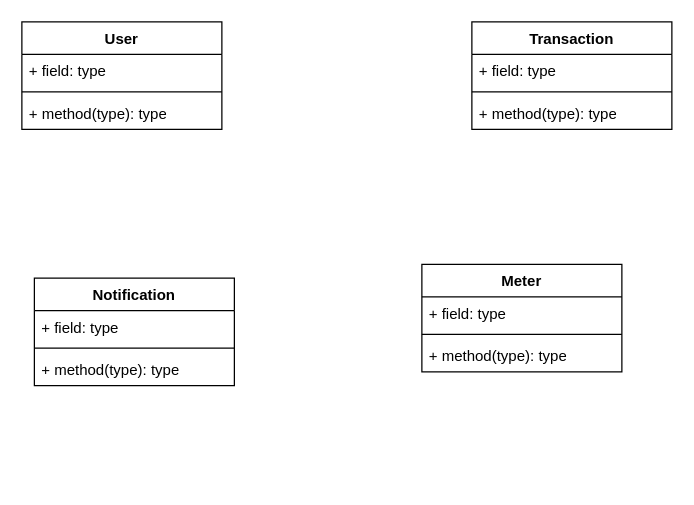
LeloKarma/website keeps this draw.io diagram as BillClass Diagram.drawio. Above is the earlier version. Source tidied: cells renumbered, new cells numbered last; positions are measured from the earlier drawing's top-left corner, leaving out a move shared by most shapes. Both pictures are drawn from the tidied source at 125%, with x=0, y=0 at pixel (21, 21).
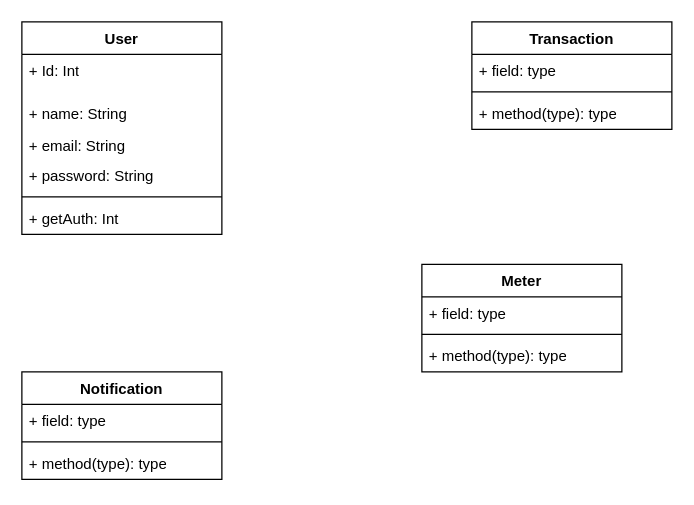
After the change.

The edit, as a diff of the source:
```diff
@@
     <mxCell id="2" value="User" style="swimlane;fontStyle=1;align=center;verticalAlign=top;horizontal=1;startSize=26;whiteSpace=wrap;html=1;" parent="1" vertex="1">
-      <mxGeometry width="160" height="86" as="geometry" />
+      <mxGeometry width="160" height="170" as="geometry" />
     </mxCell>
-    <mxCell id="3" value="+ field: type" style="text;strokeColor=none;fillColor=none;align=left;verticalAlign=top;spacingLeft=4;spacingRight=4;overflow=hidden;whiteSpace=wrap;html=1;" parent="2" vertex="1">
-      <mxGeometry y="26" width="160" height="26" as="geometry" />
+    <mxCell id="3" value="+ Id: Int" style="text;strokeColor=none;fillColor=none;align=left;verticalAlign=top;spacingLeft=4;spacingRight=4;overflow=hidden;whiteSpace=wrap;html=1;" parent="2" vertex="1">
+      <mxGeometry y="26" width="160" height="34" as="geometry" />
     </mxCell>
+    <mxCell id="18" value="+ name: String" style="text;strokeColor=none;fillColor=none;align=left;verticalAlign=top;spacingLeft=4;spacingRight=4;overflow=hidden;whiteSpace=wrap;html=1;" parent="2" vertex="1">
+      <mxGeometry y="60" width="160" height="26" as="geometry" />
+    </mxCell>
+    <mxCell id="5" value="+ email: String" style="text;strokeColor=none;fillColor=none;align=left;verticalAlign=top;spacingLeft=4;spacingRight=4;overflow=hidden;whiteSpace=wrap;html=1;" parent="2" vertex="1">
+      <mxGeometry y="86" width="160" height="24" as="geometry" />
+    </mxCell>
+    <mxCell id="19" value="+ password: String" style="text;strokeColor=none;fillColor=none;align=left;verticalAlign=top;spacingLeft=4;spacingRight=4;overflow=hidden;whiteSpace=wrap;html=1;" parent="2" vertex="1">
+      <mxGeometry y="110" width="160" height="26" as="geometry" />
+    </mxCell>
     <mxCell id="4" style="line;strokeWidth=1;fillColor=none;align=left;verticalAlign=middle;spacingTop=-1;spacingLeft=3;spacingRight=3;labelPosition=right;strokeColor=inherit;" parent="2" vertex="1">
-      <mxGeometry y="52" width="160" height="8" as="geometry" />
+      <mxGeometry y="136" width="160" height="8" as="geometry" />
     </mxCell>
-    <mxCell id="5" value="+ method(type): type" style="text;strokeColor=none;fillColor=none;align=left;verticalAlign=top;spacingLeft=4;spacingRight=4;overflow=hidden;whiteSpace=wrap;html=1;" parent="2" vertex="1">
-      <mxGeometry y="60" width="160" height="26" as="geometry" />
-    </mxCell>
+    <mxCell id="20" value="+ getAuth: Int" style="text;strokeColor=none;fillColor=none;align=left;verticalAlign=top;spacingLeft=4;spacingRight=4;overflow=hidden;whiteSpace=wrap;html=1;" parent="2" vertex="1">
+      <mxGeometry y="144" width="160" height="26" as="geometry" />
+    </mxCell>
@@
     <mxCell id="14" value="Notification&lt;div&gt;&lt;br&gt;&lt;/div&gt;" style="swimlane;fontStyle=1;align=center;verticalAlign=top;horizontal=1;startSize=26;whiteSpace=wrap;html=1;" parent="1" vertex="1">
-      <mxGeometry x="10" y="205" width="160" height="86" as="geometry" />
+      <mxGeometry y="280" width="160" height="86" as="geometry" />
     </mxCell>
```
